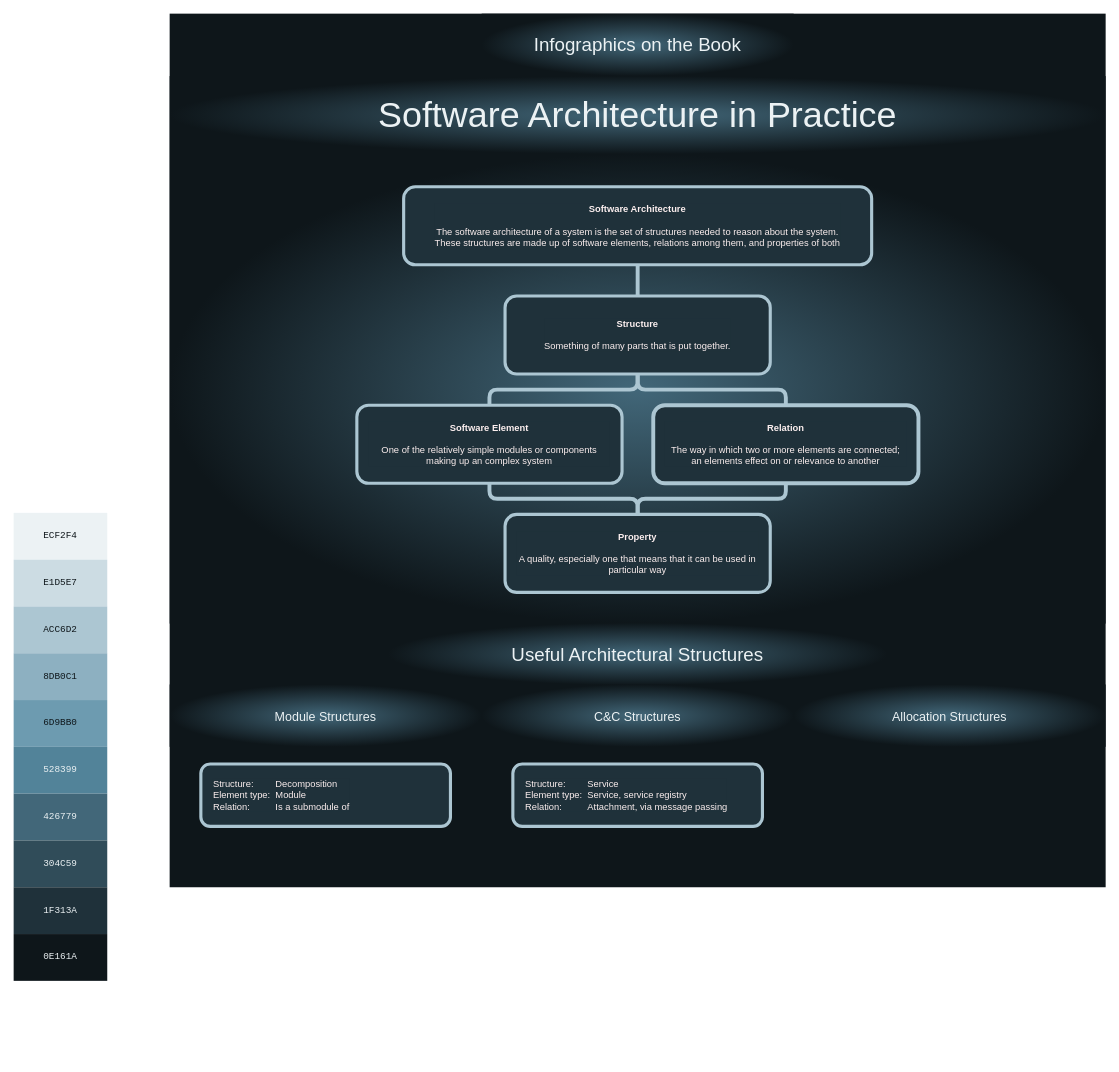
Above: page "Page-1" (1 of 2) of infographics-software-architecture-in-practise-4th-ed.drawio in HenrikSamuelsson/reading-sw-architecture-in-practice-4th (draw.io), before the change. Source tidied: cells renumbered, new cells numbered last; positions are measured from the earlier drawing's top-left corner, leaving out a move shared by most shapes. Both pictures are drawn from the tidied source at 78%, with x=0, y=0 at pixel (13, 13).
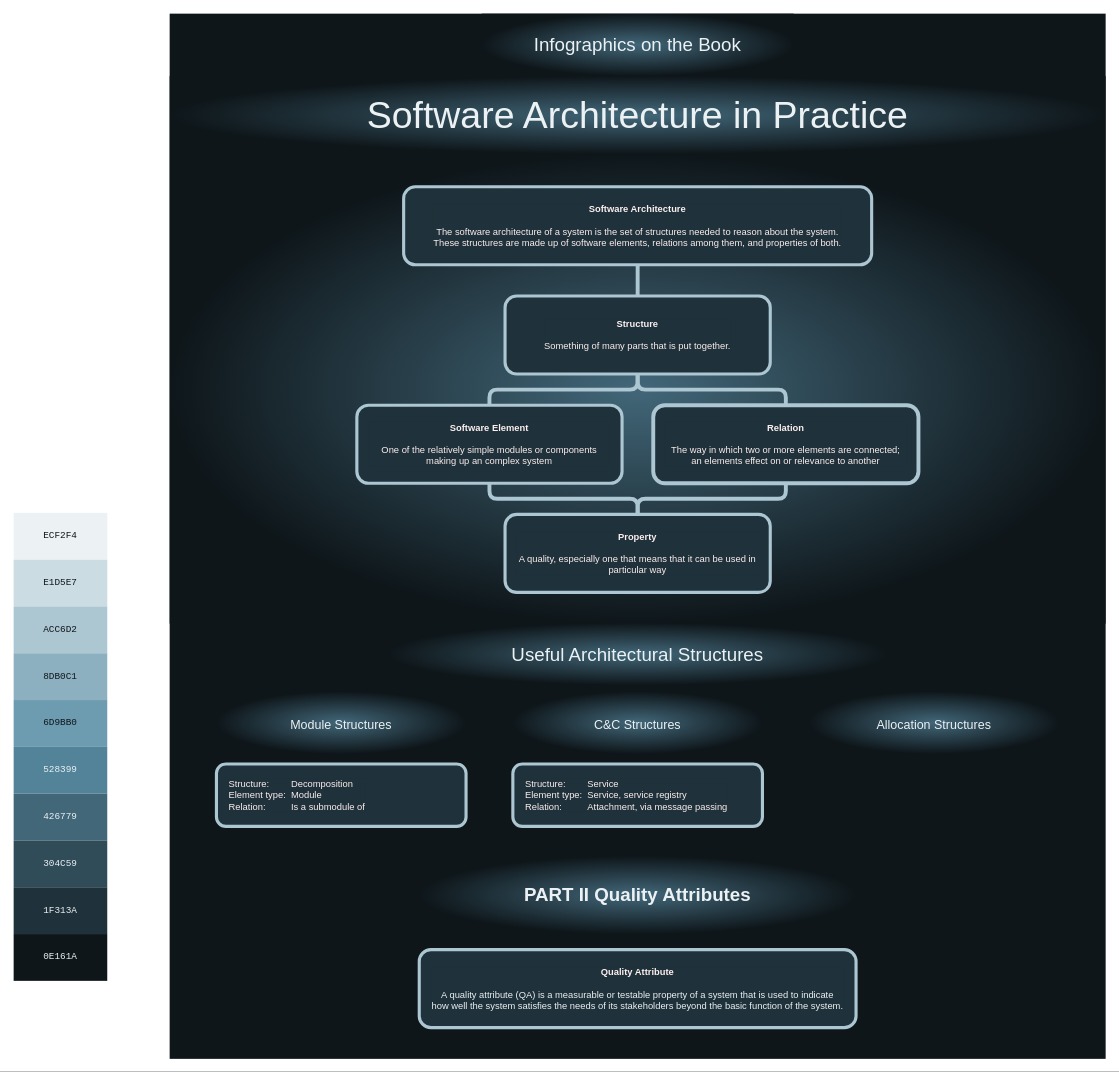
The same page after the edit.

Commit message:
Add definition of quality attributes.

Change to the diagram source:
```diff
@@
     <mxCell id="2" style="rounded=0;whiteSpace=wrap;html=1;fontSize=24;fillColor=#0e161a;strokeColor=none;gradientColor=none;gradientDirection=radial;" parent="1" vertex="1">
-      <mxGeometry x="200" width="1200" height="1120" as="geometry" />
+      <mxGeometry x="200" width="1200" height="1340" as="geometry" />
     </mxCell>
@@
-    <mxCell id="17" value="&lt;font style=&quot;font-size: 16px;&quot;&gt;Module Structures&lt;/font&gt;" style="rounded=0;whiteSpace=wrap;html=1;fontSize=24;fillColor=#426779;strokeColor=none;gradientColor=#0e161a;gradientDirection=radial;fontColor=#ECF2F4;" parent="1" vertex="1">
-      <mxGeometry x="200" y="860" width="400" height="80" as="geometry" />
-    </mxCell>
-    <mxCell id="18" value="&lt;font style=&quot;font-size: 16px;&quot;&gt;C&amp;amp;C Structures&lt;/font&gt;" style="rounded=0;whiteSpace=wrap;html=1;fontSize=24;fillColor=#426779;strokeColor=none;gradientColor=#0e161a;gradientDirection=radial;fontColor=#ECF2F4;" parent="1" vertex="1">
-      <mxGeometry x="600" y="860" width="400" height="80" as="geometry" />
-    </mxCell>
-    <mxCell id="19" value="&lt;font style=&quot;font-size: 16px;&quot;&gt;Allocation Structures&lt;/font&gt;" style="rounded=0;whiteSpace=wrap;html=1;fontSize=24;fillColor=#426779;strokeColor=none;gradientColor=#0e161a;gradientDirection=radial;fontColor=#ECF2F4;" parent="1" vertex="1">
-      <mxGeometry x="1000" y="860" width="400" height="80" as="geometry" />
-    </mxCell>
@@
-    <mxCell id="29" value="&lt;font color=&quot;#fcefef&quot;&gt;&lt;b&gt;Software Architecture&lt;/b&gt;&lt;br&gt;&lt;br&gt;The software architecture of a system is the set of structures needed to reason about the system.&lt;br&gt;These structures are made up of software elements, relations among them, and properties of both&lt;br&gt;&lt;/font&gt;" style="rounded=1;whiteSpace=wrap;html=1;labelBackgroundColor=#1f313a;fontColor=#ecf2f4;fillColor=#1f313a;strokeColor=#acc6d2;strokeWidth=4;spacing=17;" parent="20" vertex="1">
+    <mxCell id="29" value="&lt;font color=&quot;#fcefef&quot;&gt;&lt;b&gt;Software Architecture&lt;/b&gt;&lt;br&gt;&lt;br&gt;The software architecture of a system is the set of structures needed to reason about the system.&lt;br&gt;These structures are made up of software elements, relations among them, and properties of both.&lt;br&gt;&lt;/font&gt;" style="rounded=1;whiteSpace=wrap;html=1;labelBackgroundColor=#1f313a;fontColor=#ecf2f4;fillColor=#1f313a;strokeColor=#acc6d2;strokeWidth=4;spacing=17;" parent="20" vertex="1">
       <mxGeometry x="500" y="222" width="600" height="100" as="geometry" />
     </mxCell>
@@
     <mxCell id="32" value="&lt;div style=&quot;&quot;&gt;&lt;span style=&quot;color: rgb(252, 239, 239);&quot;&gt;Structure:&lt;span style=&quot;white-space: pre;&quot;&gt;&#9;&lt;/span&gt;Decomposition&lt;/span&gt;&lt;/div&gt;&lt;div style=&quot;&quot;&gt;&lt;span style=&quot;color: rgb(252, 239, 239);&quot;&gt;Element type:&lt;span style=&quot;white-space: pre;&quot;&gt;&#9;&lt;/span&gt;Module&lt;/span&gt;&lt;/div&gt;&lt;div style=&quot;&quot;&gt;&lt;span style=&quot;color: rgb(252, 239, 239);&quot;&gt;Relation:&lt;span style=&quot;white-space: pre;&quot;&gt;&#9;&lt;/span&gt;&lt;span style=&quot;white-space: pre;&quot;&gt;&#9;&lt;/span&gt;Is a submodule of&lt;/span&gt;&lt;/div&gt;" style="rounded=1;whiteSpace=wrap;html=1;labelBackgroundColor=#1f313a;fontColor=#ecf2f4;fillColor=#1f313a;strokeColor=#acc6d2;strokeWidth=4;spacing=16;align=left;" parent="20" vertex="1">
-      <mxGeometry x="240" y="962" width="320" height="80" as="geometry" />
+      <mxGeometry x="260" y="962" width="320" height="80" as="geometry" />
     </mxCell>
@@
-    <mxCell id="34" value="&lt;font color=&quot;#ecf2f4&quot; style=&quot;font-size: 46px;&quot;&gt;Software Architecture in Practice&lt;/font&gt;" style="rounded=0;whiteSpace=wrap;html=1;fontSize=24;fillColor=#426779;strokeColor=none;gradientColor=#0e161a;gradientDirection=radial;" parent="20" vertex="1">
+    <mxCell id="34" value="&lt;font color=&quot;#ecf2f4&quot; style=&quot;font-size: 48px;&quot;&gt;Software Architecture in Practice&lt;/font&gt;" style="rounded=0;whiteSpace=wrap;html=1;fontSize=24;fillColor=#426779;strokeColor=none;gradientColor=#0e161a;gradientDirection=radial;" parent="20" vertex="1">
       <mxGeometry x="200" y="80" width="1200" height="100" as="geometry" />
     </mxCell>
@@
+    <mxCell id="36" value="&lt;font color=&quot;#fcefef&quot;&gt;&lt;b&gt;Quality Attribute&lt;/b&gt;&lt;br&gt;&lt;br&gt;&lt;/font&gt;A quality attribute (QA) is a measurable or testable property of a system that is used to indicate how well the system satisfies the needs of its stakeholders beyond the basic function of the system.&lt;font color=&quot;#fcefef&quot;&gt;&lt;br&gt;&lt;/font&gt;" style="rounded=1;whiteSpace=wrap;html=1;labelBackgroundColor=#1f313a;fontColor=#ecf2f4;fillColor=#1f313a;strokeColor=#acc6d2;strokeWidth=4;spacing=17;" parent="20" vertex="1">
+      <mxGeometry x="520" y="1200" width="560" height="100" as="geometry" />
+    </mxCell>
+    <mxCell id="37" value="&lt;font color=&quot;#ecf2f4&quot; style=&quot;font-size: 24px;&quot;&gt;&lt;b&gt;PART II Quality Attributes&lt;/b&gt;&lt;/font&gt;" style="rounded=0;whiteSpace=wrap;html=1;fontSize=24;fillColor=#426779;strokeColor=none;gradientColor=#0e161a;gradientDirection=radial;" parent="20" vertex="1">
+      <mxGeometry x="520" y="1080" width="560" height="100" as="geometry" />
+    </mxCell>
+    <mxCell id="17" value="&lt;font style=&quot;font-size: 16px;&quot;&gt;Module Structures&lt;/font&gt;" style="rounded=0;whiteSpace=wrap;html=1;fontSize=24;fillColor=#426779;strokeColor=none;gradientColor=#0e161a;gradientDirection=radial;fontColor=#ECF2F4;" parent="20" vertex="1">
+      <mxGeometry x="260" y="869" width="320" height="80" as="geometry" />
+    </mxCell>
+    <mxCell id="18" value="&lt;font style=&quot;font-size: 16px;&quot;&gt;C&amp;amp;C Structures&lt;/font&gt;" style="rounded=0;whiteSpace=wrap;html=1;fontSize=24;fillColor=#426779;strokeColor=none;gradientColor=#0e161a;gradientDirection=radial;fontColor=#ECF2F4;" parent="20" vertex="1">
+      <mxGeometry x="640" y="869" width="320" height="80" as="geometry" />
+    </mxCell>
+    <mxCell id="19" value="&lt;font style=&quot;font-size: 16px;&quot;&gt;Allocation Structures&lt;/font&gt;" style="rounded=0;whiteSpace=wrap;html=1;fontSize=24;fillColor=#426779;strokeColor=none;gradientColor=#0e161a;gradientDirection=radial;fontColor=#ECF2F4;" parent="20" vertex="1">
+      <mxGeometry x="1020" y="869" width="320" height="80" as="geometry" />
+    </mxCell>
```
